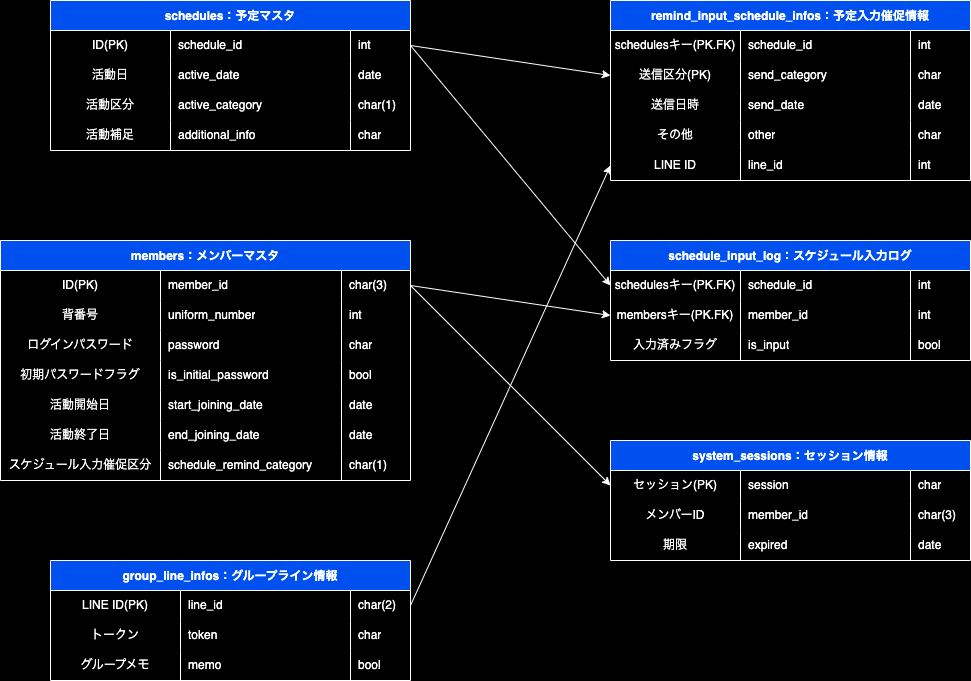
Earlier version of the draw.io export 03_テーブル/ER_figure.drawio.png (ShigaFreedom/document_freedom_system). Source tidied: cells renumbered, new cells last; positions are measured from the earlier drawing's top-left corner, leaving out a move shared by most shapes.
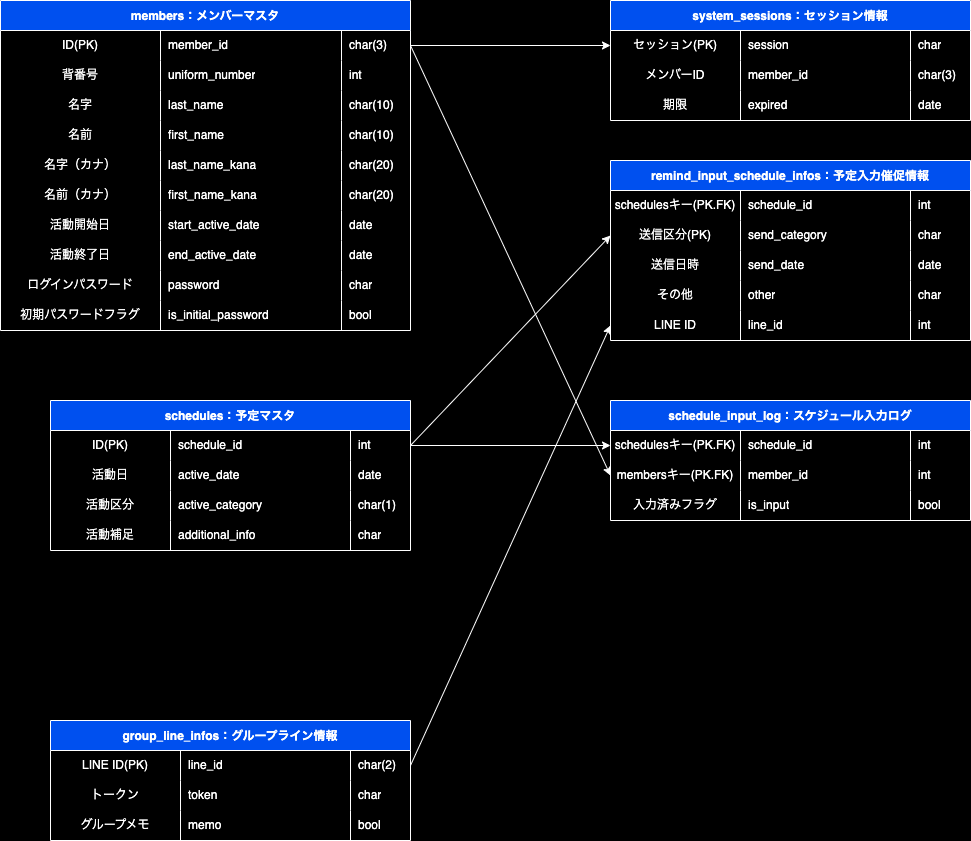
After the change.

What changed in the source:
```diff
@@ -3,7 +3,7 @@
     <mxCell id="0" />
     <mxCell id="1" parent="0" />
     <mxCell id="2" value="schedules：予定マスタ" style="shape=table;startSize=30;rowLines=0;fontStyle=1;fillColor=#0050ef;fontColor=#FFFFFF;strokeColor=#FFFFFF;" parent="1" vertex="1">
-      <mxGeometry x="50" width="360" height="150" as="geometry" />
+      <mxGeometry x="50" y="240" width="360" height="150" as="geometry" />
     </mxCell>
     <mxCell id="3" style="shape=tableRow;horizontal=0;startSize=0;swimlaneHead=0;swimlaneBody=0;top=0;left=0;bottom=0;right=0;fillColor=none;points=[[0,0.5],[1,0.5]];portConstraint=eastwest;" parent="2" vertex="1">
       <mxGeometry y="30" width="360" height="30" as="geometry" />
@@ -117,7 +117,7 @@
       <mxGeometry x="300" width="60" height="30" as="geometry" />
     </mxCell>
     <mxCell id="40" value="members：メンバーマスタ" style="shape=table;startSize=30;rowLines=0;fontStyle=1;fillColor=#0050ef;fontColor=#FFFFFF;strokeColor=#FFFFFF;" parent="1" vertex="1">
-      <mxGeometry y="240" width="410" height="240" as="geometry" />
+      <mxGeometry y="-160" width="410" height="330" as="geometry" />
     </mxCell>
     <mxCell id="41" style="shape=tableRow;horizontal=0;startSize=0;swimlaneHead=0;swimlaneBody=0;top=0;left=0;bottom=0;right=0;fillColor=none;points=[[0,0.5],[1,0.5]];portConstraint=eastwest;" parent="40" vertex="1">
       <mxGeometry y="30" width="410" height="30" as="geometry" />
@@ -143,8 +143,80 @@
     <mxCell id="48" value="int" style="shape=partialRectangle;html=1;whiteSpace=wrap;fillColor=none;top=0;left=0;bottom=0;right=0;align=left;spacingLeft=6;overflow=hidden;fontColor=#FFFFFF;" parent="45" vertex="1">
       <mxGeometry x="341" width="69" height="30" as="geometry" />
     </mxCell>
+    <mxCell id="113" style="shape=tableRow;horizontal=0;startSize=0;swimlaneHead=0;swimlaneBody=0;top=0;left=0;bottom=0;right=0;fillColor=none;" parent="40" vertex="1">
+      <mxGeometry y="90" width="410" height="30" as="geometry" />
+    </mxCell>
+    <mxCell id="114" value="名字" style="shape=partialRectangle;html=1;whiteSpace=wrap;fillColor=none;top=0;left=0;bottom=0;right=0;overflow=hidden;fontColor=#FFFFFF;" parent="113" vertex="1">
+      <mxGeometry width="160" height="30" as="geometry" />
+    </mxCell>
+    <mxCell id="115" value="last_name" style="shape=partialRectangle;html=1;whiteSpace=wrap;fillColor=none;top=0;left=0;bottom=0;right=0;align=left;spacingLeft=6;overflow=hidden;fontColor=#FFFFFF;" parent="113" vertex="1">
+      <mxGeometry x="160" width="181" height="30" as="geometry" />
+    </mxCell>
+    <mxCell id="116" value="char(10)" style="shape=partialRectangle;html=1;whiteSpace=wrap;fillColor=none;top=0;left=0;bottom=0;right=0;align=left;spacingLeft=6;overflow=hidden;fontColor=#FFFFFF;" parent="113" vertex="1">
+      <mxGeometry x="341" width="69" height="30" as="geometry" />
+    </mxCell>
+    <mxCell id="117" style="shape=tableRow;horizontal=0;startSize=0;swimlaneHead=0;swimlaneBody=0;top=0;left=0;bottom=0;right=0;fillColor=none;" parent="40" vertex="1">
+      <mxGeometry y="120" width="410" height="30" as="geometry" />
+    </mxCell>
+    <mxCell id="118" value="名前" style="shape=partialRectangle;html=1;whiteSpace=wrap;fillColor=none;top=0;left=0;bottom=0;right=0;overflow=hidden;fontColor=#FFFFFF;" parent="117" vertex="1">
+      <mxGeometry width="160" height="30" as="geometry" />
+    </mxCell>
+    <mxCell id="119" value="first_name" style="shape=partialRectangle;html=1;whiteSpace=wrap;fillColor=none;top=0;left=0;bottom=0;right=0;align=left;spacingLeft=6;overflow=hidden;fontColor=#FFFFFF;" parent="117" vertex="1">
+      <mxGeometry x="160" width="181" height="30" as="geometry" />
+    </mxCell>
+    <mxCell id="120" value="char(10)" style="shape=partialRectangle;html=1;whiteSpace=wrap;fillColor=none;top=0;left=0;bottom=0;right=0;align=left;spacingLeft=6;overflow=hidden;fontColor=#FFFFFF;" parent="117" vertex="1">
+      <mxGeometry x="341" width="69" height="30" as="geometry" />
+    </mxCell>
+    <mxCell id="121" style="shape=tableRow;horizontal=0;startSize=0;swimlaneHead=0;swimlaneBody=0;top=0;left=0;bottom=0;right=0;fillColor=none;" parent="40" vertex="1">
+      <mxGeometry y="150" width="410" height="30" as="geometry" />
+    </mxCell>
+    <mxCell id="122" value="名字（カナ）" style="shape=partialRectangle;html=1;whiteSpace=wrap;fillColor=none;top=0;left=0;bottom=0;right=0;overflow=hidden;fontColor=#FFFFFF;" parent="121" vertex="1">
+      <mxGeometry width="160" height="30" as="geometry" />
+    </mxCell>
+    <mxCell id="123" value="last_name_kana" style="shape=partialRectangle;html=1;whiteSpace=wrap;fillColor=none;top=0;left=0;bottom=0;right=0;align=left;spacingLeft=6;overflow=hidden;fontColor=#FFFFFF;" parent="121" vertex="1">
+      <mxGeometry x="160" width="181" height="30" as="geometry" />
+    </mxCell>
+    <mxCell id="124" value="char(20)" style="shape=partialRectangle;html=1;whiteSpace=wrap;fillColor=none;top=0;left=0;bottom=0;right=0;align=left;spacingLeft=6;overflow=hidden;fontColor=#FFFFFF;" parent="121" vertex="1">
+      <mxGeometry x="341" width="69" height="30" as="geometry" />
+    </mxCell>
+    <mxCell id="125" style="shape=tableRow;horizontal=0;startSize=0;swimlaneHead=0;swimlaneBody=0;top=0;left=0;bottom=0;right=0;fillColor=none;" parent="40" vertex="1">
+      <mxGeometry y="180" width="410" height="30" as="geometry" />
+    </mxCell>
+    <mxCell id="126" value="名前（カナ）" style="shape=partialRectangle;html=1;whiteSpace=wrap;fillColor=none;top=0;left=0;bottom=0;right=0;overflow=hidden;fontColor=#FFFFFF;" parent="125" vertex="1">
+      <mxGeometry width="160" height="30" as="geometry" />
+    </mxCell>
+    <mxCell id="127" value="first_name_kana" style="shape=partialRectangle;html=1;whiteSpace=wrap;fillColor=none;top=0;left=0;bottom=0;right=0;align=left;spacingLeft=6;overflow=hidden;fontColor=#FFFFFF;" parent="125" vertex="1">
+      <mxGeometry x="160" width="181" height="30" as="geometry" />
+    </mxCell>
+    <mxCell id="128" value="char(20)" style="shape=partialRectangle;html=1;whiteSpace=wrap;fillColor=none;top=0;left=0;bottom=0;right=0;align=left;spacingLeft=6;overflow=hidden;fontColor=#FFFFFF;" parent="125" vertex="1">
+      <mxGeometry x="341" width="69" height="30" as="geometry" />
+    </mxCell>
+    <mxCell id="57" style="shape=tableRow;horizontal=0;startSize=0;swimlaneHead=0;swimlaneBody=0;top=0;left=0;bottom=0;right=0;fillColor=none;" parent="40" vertex="1">
+      <mxGeometry y="210" width="410" height="30" as="geometry" />
+    </mxCell>
+    <mxCell id="58" value="活動開始日" style="shape=partialRectangle;html=1;whiteSpace=wrap;fillColor=none;top=0;left=0;bottom=0;right=0;overflow=hidden;fontColor=#FFFFFF;" parent="57" vertex="1">
+      <mxGeometry width="160" height="30" as="geometry" />
+    </mxCell>
+    <mxCell id="59" value="start_active_date" style="shape=partialRectangle;html=1;whiteSpace=wrap;fillColor=none;top=0;left=0;bottom=0;right=0;align=left;spacingLeft=6;overflow=hidden;fontColor=#FFFFFF;" parent="57" vertex="1">
+      <mxGeometry x="160" width="181" height="30" as="geometry" />
+    </mxCell>
+    <mxCell id="60" value="date" style="shape=partialRectangle;html=1;whiteSpace=wrap;fillColor=none;top=0;left=0;bottom=0;right=0;align=left;spacingLeft=6;overflow=hidden;fontColor=#FFFFFF;" parent="57" vertex="1">
+      <mxGeometry x="341" width="69" height="30" as="geometry" />
+    </mxCell>
+    <mxCell id="61" style="shape=tableRow;horizontal=0;startSize=0;swimlaneHead=0;swimlaneBody=0;top=0;left=0;bottom=0;right=0;fillColor=none;" parent="40" vertex="1">
+      <mxGeometry y="240" width="410" height="30" as="geometry" />
+    </mxCell>
+    <mxCell id="62" value="活動終了日" style="shape=partialRectangle;html=1;whiteSpace=wrap;fillColor=none;top=0;left=0;bottom=0;right=0;overflow=hidden;fontColor=#FFFFFF;" parent="61" vertex="1">
+      <mxGeometry width="160" height="30" as="geometry" />
+    </mxCell>
+    <mxCell id="63" value="end_active_date" style="shape=partialRectangle;html=1;whiteSpace=wrap;fillColor=none;top=0;left=0;bottom=0;right=0;align=left;spacingLeft=6;overflow=hidden;fontColor=#FFFFFF;" parent="61" vertex="1">
+      <mxGeometry x="160" width="181" height="30" as="geometry" />
+    </mxCell>
+    <mxCell id="64" value="date" style="shape=partialRectangle;html=1;whiteSpace=wrap;fillColor=none;top=0;left=0;bottom=0;right=0;align=left;spacingLeft=6;overflow=hidden;fontColor=#FFFFFF;" parent="61" vertex="1">
+      <mxGeometry x="341" width="69" height="30" as="geometry" />
+    </mxCell>
     <mxCell id="49" style="shape=tableRow;horizontal=0;startSize=0;swimlaneHead=0;swimlaneBody=0;top=0;left=0;bottom=0;right=0;fillColor=none;" parent="40" vertex="1">
-      <mxGeometry y="90" width="410" height="30" as="geometry" />
+      <mxGeometry y="270" width="410" height="30" as="geometry" />
     </mxCell>
     <mxCell id="50" value="ログインパスワード" style="shape=partialRectangle;html=1;whiteSpace=wrap;fillColor=none;top=0;left=0;bottom=0;right=0;overflow=hidden;fontColor=#FFFFFF;" parent="49" vertex="1">
       <mxGeometry width="160" height="30" as="geometry" />
@@ -156,7 +228,7 @@
       <mxGeometry x="341" width="69" height="30" as="geometry" />
     </mxCell>
     <mxCell id="53" style="shape=tableRow;horizontal=0;startSize=0;swimlaneHead=0;swimlaneBody=0;top=0;left=0;bottom=0;right=0;fillColor=none;" parent="40" vertex="1">
-      <mxGeometry y="120" width="410" height="30" as="geometry" />
+      <mxGeometry y="300" width="410" height="30" as="geometry" />
     </mxCell>
     <mxCell id="54" value="初期パスワードフラグ" style="shape=partialRectangle;html=1;whiteSpace=wrap;fillColor=none;top=0;left=0;bottom=0;right=0;overflow=hidden;fontColor=#FFFFFF;" parent="53" vertex="1">
       <mxGeometry width="160" height="30" as="geometry" />
@@ -167,42 +239,6 @@
     <mxCell id="56" value="bool" style="shape=partialRectangle;html=1;whiteSpace=wrap;fillColor=none;top=0;left=0;bottom=0;right=0;align=left;spacingLeft=6;overflow=hidden;fontColor=#FFFFFF;" parent="53" vertex="1">
       <mxGeometry x="341" width="69" height="30" as="geometry" />
     </mxCell>
-    <mxCell id="57" style="shape=tableRow;horizontal=0;startSize=0;swimlaneHead=0;swimlaneBody=0;top=0;left=0;bottom=0;right=0;fillColor=none;" parent="40" vertex="1">
-      <mxGeometry y="150" width="410" height="30" as="geometry" />
-    </mxCell>
-    <mxCell id="58" value="活動開始日" style="shape=partialRectangle;html=1;whiteSpace=wrap;fillColor=none;top=0;left=0;bottom=0;right=0;overflow=hidden;fontColor=#FFFFFF;" parent="57" vertex="1">
-      <mxGeometry width="160" height="30" as="geometry" />
-    </mxCell>
-    <mxCell id="59" value="start_joining_date" style="shape=partialRectangle;html=1;whiteSpace=wrap;fillColor=none;top=0;left=0;bottom=0;right=0;align=left;spacingLeft=6;overflow=hidden;fontColor=#FFFFFF;" parent="57" vertex="1">
-      <mxGeometry x="160" width="181" height="30" as="geometry" />
-    </mxCell>
-    <mxCell id="60" value="date" style="shape=partialRectangle;html=1;whiteSpace=wrap;fillColor=none;top=0;left=0;bottom=0;right=0;align=left;spacingLeft=6;overflow=hidden;fontColor=#FFFFFF;" parent="57" vertex="1">
-      <mxGeometry x="341" width="69" height="30" as="geometry" />
-    </mxCell>
-    <mxCell id="61" style="shape=tableRow;horizontal=0;startSize=0;swimlaneHead=0;swimlaneBody=0;top=0;left=0;bottom=0;right=0;fillColor=none;" parent="40" vertex="1">
-      <mxGeometry y="180" width="410" height="30" as="geometry" />
-    </mxCell>
-    <mxCell id="62" value="活動終了日" style="shape=partialRectangle;html=1;whiteSpace=wrap;fillColor=none;top=0;left=0;bottom=0;right=0;overflow=hidden;fontColor=#FFFFFF;" parent="61" vertex="1">
-      <mxGeometry width="160" height="30" as="geometry" />
-    </mxCell>
-    <mxCell id="63" value="end_joining_date" style="shape=partialRectangle;html=1;whiteSpace=wrap;fillColor=none;top=0;left=0;bottom=0;right=0;align=left;spacingLeft=6;overflow=hidden;fontColor=#FFFFFF;" parent="61" vertex="1">
-      <mxGeometry x="160" width="181" height="30" as="geometry" />
-    </mxCell>
-    <mxCell id="64" value="date" style="shape=partialRectangle;html=1;whiteSpace=wrap;fillColor=none;top=0;left=0;bottom=0;right=0;align=left;spacingLeft=6;overflow=hidden;fontColor=#FFFFFF;" parent="61" vertex="1">
-      <mxGeometry x="341" width="69" height="30" as="geometry" />
-    </mxCell>
-    <mxCell id="65" style="shape=tableRow;horizontal=0;startSize=0;swimlaneHead=0;swimlaneBody=0;top=0;left=0;bottom=0;right=0;fillColor=none;" parent="40" vertex="1">
-      <mxGeometry y="210" width="410" height="30" as="geometry" />
-    </mxCell>
-    <mxCell id="66" value="スケジュール入力催促区分" style="shape=partialRectangle;html=1;whiteSpace=wrap;fillColor=none;top=0;left=0;bottom=0;right=0;overflow=hidden;fontColor=#FFFFFF;" parent="65" vertex="1">
-      <mxGeometry width="160" height="30" as="geometry" />
-    </mxCell>
-    <mxCell id="67" value="schedule_remind_category" style="shape=partialRectangle;html=1;whiteSpace=wrap;fillColor=none;top=0;left=0;bottom=0;right=0;align=left;spacingLeft=6;overflow=hidden;fontColor=#FFFFFF;" parent="65" vertex="1">
-      <mxGeometry x="160" width="181" height="30" as="geometry" />
-    </mxCell>
-    <mxCell id="68" value="char(1)" style="shape=partialRectangle;html=1;whiteSpace=wrap;fillColor=none;top=0;left=0;bottom=0;right=0;align=left;spacingLeft=6;overflow=hidden;fontColor=#FFFFFF;" parent="65" vertex="1">
-      <mxGeometry x="341" width="69" height="30" as="geometry" />
-    </mxCell>
     <mxCell id="69" value="schedule_input_log：スケジュール入力ログ" style="shape=table;startSize=30;rowLines=0;fontStyle=1;fillColor=#0050ef;fontColor=#FFFFFF;strokeColor=#FFFFFF;" parent="1" vertex="1">
       <mxGeometry x="610" y="240" width="360" height="120" as="geometry" />
     </mxCell>
@@ -296,7 +332,7 @@
       <mxGeometry relative="1" as="geometry" />
     </mxCell>
     <mxCell id="99" value="system_sessions：セッション情報" style="shape=table;startSize=30;rowLines=0;fontStyle=1;fillColor=#0050ef;fontColor=#FFFFFF;strokeColor=#FFFFFF;" parent="1" vertex="1">
-      <mxGeometry x="610" y="440" width="360" height="120" as="geometry" />
+      <mxGeometry x="610" y="-160" width="360" height="120" as="geometry" />
     </mxCell>
     <mxCell id="100" style="shape=tableRow;horizontal=0;startSize=0;swimlaneHead=0;swimlaneBody=0;top=0;left=0;bottom=0;right=0;fillColor=none;points=[[0,0.5],[1,0.5]];portConstraint=eastwest;" parent="99" vertex="1">
       <mxGeometry y="30" width="360" height="30" as="geometry" />
```
